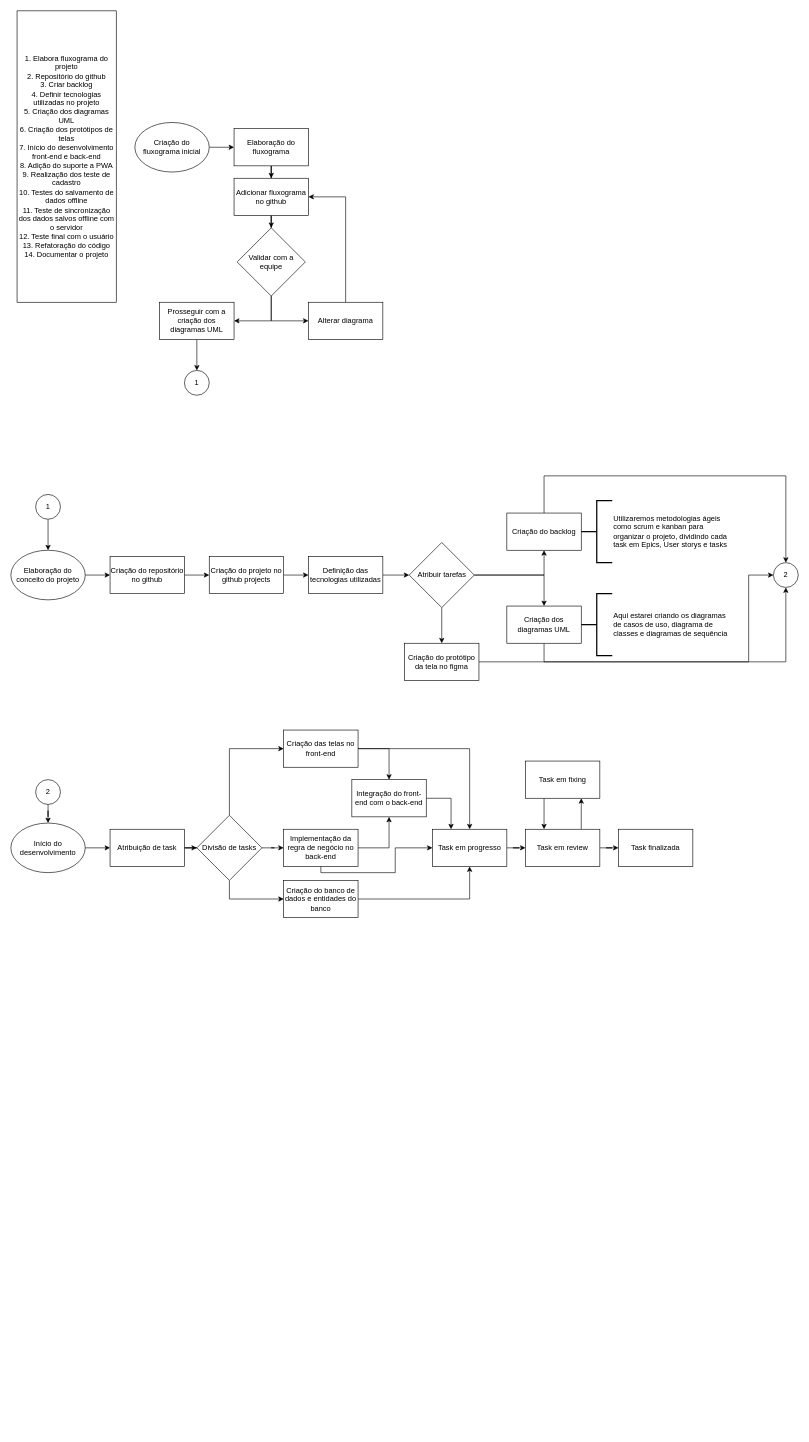
Earlier version of the draw.io diagram Fluxo do projeto.drawio (Fconeto/P.I-3). Source tidied: cells renumbered, new cells numbered last; positions are measured from the earlier drawing's top-left corner, leaving out a move shared by most shapes. Both pictures are drawn from the tidied source at 62%, with x=0, y=0 at pixel (11, 11).
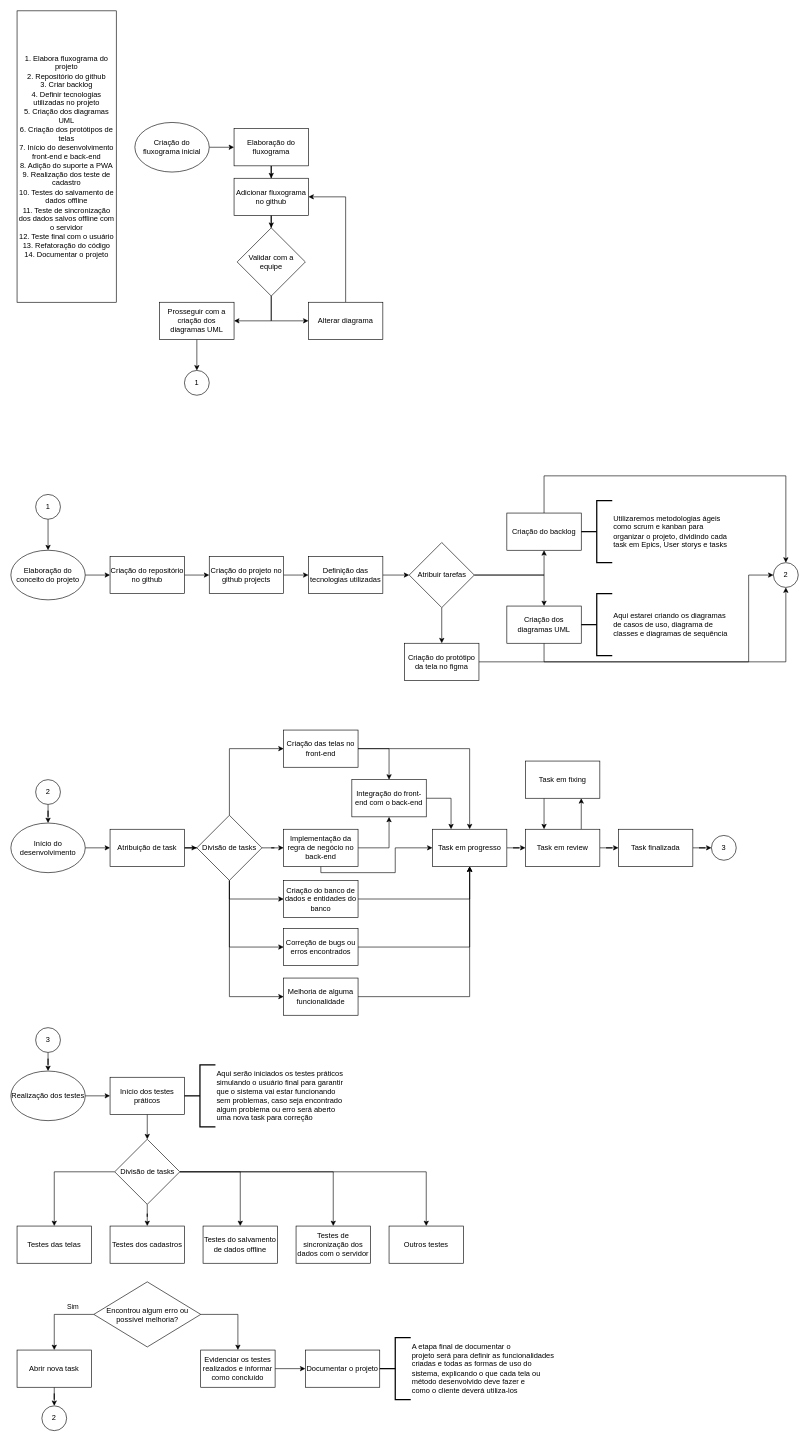
After the change.

Commit message:
Fluxo de testes finalizado

Unchanged cells that the change refers to:
```xml
<mxCell id="57" value="Task em progresso" style="rounded=0;whiteSpace=wrap;html=1;" parent="1" vertex="1">
  <mxGeometry x="680" y="1320" width="120" height="60" as="geometry" />
</mxCell>
<mxCell id="61" value="Task finalizada" style="rounded=0;whiteSpace=wrap;html=1;" parent="1" vertex="1">
  <mxGeometry x="980" y="1320" width="120" height="60" as="geometry" />
</mxCell>
<mxCell id="65" value="Divisão de tasks" style="rhombus;whiteSpace=wrap;html=1;" parent="1" vertex="1">
  <mxGeometry x="300" y="1297.5" width="105" height="105" as="geometry" />
</mxCell>
```

What changed in the source:
```diff
@@
+    <mxCell id="69" style="edgeStyle=orthogonalEdgeStyle;rounded=0;jettySize=auto;html=1;" parent="1" edge="1" source="61" target="72">
+      <mxGeometry relative="1" as="geometry" />
+    </mxCell>
@@
+    <mxCell id="70" style="edgeStyle=orthogonalEdgeStyle;rounded=0;jettySize=auto;html=1;entryX=0;entryY=0.5;entryDx=0;entryDy=0;exitX=0.5;exitY=1;exitDx=0;exitDy=0;" parent="1" edge="1" source="65" target="98">
+      <mxGeometry relative="1" as="geometry" />
+    </mxCell>
+    <mxCell id="71" style="edgeStyle=orthogonalEdgeStyle;rounded=0;jettySize=auto;html=1;entryX=0;entryY=0.5;entryDx=0;entryDy=0;exitX=0.5;exitY=1;exitDx=0;exitDy=0;" parent="1" edge="1" source="65" target="100">
+      <mxGeometry relative="1" as="geometry" />
+    </mxCell>
@@
+    <mxCell id="72" value="3" style="ellipse;whiteSpace=wrap;html=1;" parent="1" vertex="1">
+      <mxGeometry x="1130" y="1330" width="40" height="40" as="geometry" />
+    </mxCell>
+    <mxCell id="73" style="edgeStyle=orthogonalEdgeStyle;rounded=0;jettySize=auto;html=1;" parent="1" edge="1" source="74" target="76">
+      <mxGeometry relative="1" as="geometry" />
+    </mxCell>
+    <mxCell id="74" value="3" style="ellipse;whiteSpace=wrap;html=1;" parent="1" vertex="1">
+      <mxGeometry x="40" y="1640" width="40" height="40" as="geometry" />
+    </mxCell>
+    <mxCell id="75" style="edgeStyle=orthogonalEdgeStyle;rounded=0;jettySize=auto;html=1;" parent="1" edge="1" source="76" target="78">
+      <mxGeometry relative="1" as="geometry" />
+    </mxCell>
+    <mxCell id="76" value="Realização dos testes" style="ellipse;whiteSpace=wrap;html=1;" parent="1" vertex="1">
+      <mxGeometry y="1710" width="120" height="80" as="geometry" />
+    </mxCell>
+    <mxCell id="77" style="edgeStyle=orthogonalEdgeStyle;rounded=0;jettySize=auto;html=1;" parent="1" edge="1" source="78" target="84">
+      <mxGeometry relative="1" as="geometry" />
+    </mxCell>
+    <mxCell id="78" value="Início dos testes práticos" style="rounded=0;whiteSpace=wrap;html=1;" parent="1" vertex="1">
+      <mxGeometry x="160" y="1720" width="120" height="60" as="geometry" />
+    </mxCell>
+    <mxCell id="79" style="edgeStyle=orthogonalEdgeStyle;rounded=0;jettySize=auto;html=1;" parent="1" edge="1" source="84" target="86">
+      <mxGeometry relative="1" as="geometry" />
+    </mxCell>
+    <mxCell id="80" style="edgeStyle=orthogonalEdgeStyle;rounded=0;jettySize=auto;html=1;" parent="1" edge="1" source="84" target="87">
+      <mxGeometry relative="1" as="geometry" />
+    </mxCell>
+    <mxCell id="81" style="edgeStyle=orthogonalEdgeStyle;rounded=0;jettySize=auto;html=1;" parent="1" edge="1" source="84" target="88">
+      <mxGeometry relative="1" as="geometry" />
+    </mxCell>
+    <mxCell id="82" style="edgeStyle=orthogonalEdgeStyle;rounded=0;jettySize=auto;html=1;" parent="1" edge="1" source="84" target="89">
+      <mxGeometry relative="1" as="geometry" />
+    </mxCell>
+    <mxCell id="83" style="edgeStyle=orthogonalEdgeStyle;rounded=0;jettySize=auto;html=1;" parent="1" edge="1" source="84" target="90">
+      <mxGeometry relative="1" as="geometry" />
+    </mxCell>
+    <mxCell id="84" value="Divisão de tasks" style="rhombus;whiteSpace=wrap;html=1;" parent="1" vertex="1">
+      <mxGeometry x="167.5" y="1820" width="105" height="105" as="geometry" />
+    </mxCell>
+    <mxCell id="85" value="Aqui serão iniciados os testes práticos&lt;div&gt;simulando o usuário final para garantir&lt;/div&gt;&lt;div&gt;que o sistema vai estar funcionando&lt;/div&gt;&lt;div&gt;sem problemas, caso seja encontrado&lt;/div&gt;&lt;div&gt;algum problema ou erro será aberto&lt;/div&gt;&lt;div&gt;uma nova task para correção&lt;/div&gt;" style="strokeWidth=2;html=1;shape=mxgraph.flowchart.annotation_2;align=left;labelPosition=right;" parent="1" vertex="1">
+      <mxGeometry x="280" y="1700" width="50" height="100" as="geometry" />
+    </mxCell>
+    <mxCell id="86" value="Testes das telas" style="rounded=0;whiteSpace=wrap;html=1;" parent="1" vertex="1">
+      <mxGeometry x="10" y="1960" width="120" height="60" as="geometry" />
+    </mxCell>
+    <mxCell id="87" value="Testes dos cadastros" style="rounded=0;whiteSpace=wrap;html=1;" parent="1" vertex="1">
+      <mxGeometry x="160" y="1960" width="120" height="60" as="geometry" />
+    </mxCell>
+    <mxCell id="88" value="Testes do salvamento de dados offline" style="rounded=0;whiteSpace=wrap;html=1;" parent="1" vertex="1">
+      <mxGeometry x="310" y="1960" width="120" height="60" as="geometry" />
+    </mxCell>
+    <mxCell id="89" value="Testes de sincronização dos dados com o servidor" style="rounded=0;whiteSpace=wrap;html=1;" parent="1" vertex="1">
+      <mxGeometry x="460" y="1960" width="120" height="60" as="geometry" />
+    </mxCell>
+    <mxCell id="90" value="Outros testes" style="rounded=0;whiteSpace=wrap;html=1;" parent="1" vertex="1">
+      <mxGeometry x="610" y="1960" width="120" height="60" as="geometry" />
+    </mxCell>
+    <mxCell id="91" style="edgeStyle=orthogonalEdgeStyle;rounded=0;jettySize=auto;html=1;entryX=0.5;entryY=0;entryDx=0;entryDy=0;" parent="1" edge="1" source="94" target="96">
+      <mxGeometry relative="1" as="geometry" />
+    </mxCell>
+    <mxCell id="92" value="Sim" style="edgeLabel;html=1;align=center;verticalAlign=middle;" parent="91" vertex="1">
+      <mxGeometry x="-0.32" y="-3" relative="1" as="geometry">
+        <mxPoint x="7" y="-10" as="offset" />
+      </mxGeometry>
+    </mxCell>
+    <mxCell id="93" style="edgeStyle=orthogonalEdgeStyle;rounded=0;jettySize=auto;html=1;exitX=1;exitY=0.5;exitDx=0;exitDy=0;" parent="1" edge="1" source="94" target="103">
+      <mxGeometry relative="1" as="geometry" />
+    </mxCell>
+    <mxCell id="94" value="Encontrou algum erro ou possível melhoria?" style="rhombus;whiteSpace=wrap;html=1;" parent="1" vertex="1">
+      <mxGeometry x="133.8" y="2050" width="172.5" height="105" as="geometry" />
+    </mxCell>
+    <mxCell id="95" style="edgeStyle=orthogonalEdgeStyle;rounded=0;jettySize=auto;html=1;" parent="1" edge="1" source="96" target="101">
+      <mxGeometry relative="1" as="geometry" />
+    </mxCell>
+    <mxCell id="96" value="Abrir nova task" style="rounded=0;whiteSpace=wrap;html=1;" parent="1" vertex="1">
+      <mxGeometry x="10" y="2160" width="120" height="60" as="geometry" />
+    </mxCell>
+    <mxCell id="97" style="edgeStyle=orthogonalEdgeStyle;rounded=0;jettySize=auto;html=1;" parent="1" edge="1" source="98" target="57">
+      <mxGeometry relative="1" as="geometry" />
+    </mxCell>
+    <mxCell id="98" value="Correção de bugs ou erros encontrados" style="rounded=0;whiteSpace=wrap;html=1;" parent="1" vertex="1">
+      <mxGeometry x="440" y="1480" width="120" height="60" as="geometry" />
+    </mxCell>
+    <mxCell id="99" style="edgeStyle=orthogonalEdgeStyle;rounded=0;jettySize=auto;html=1;" parent="1" edge="1" source="100" target="57">
+      <mxGeometry relative="1" as="geometry" />
+    </mxCell>
+    <mxCell id="100" value="Melhoria de alguma funcionalidade" style="rounded=0;whiteSpace=wrap;html=1;" parent="1" vertex="1">
+      <mxGeometry x="440" y="1560" width="120" height="60" as="geometry" />
+    </mxCell>
+    <mxCell id="101" value="2" style="ellipse;whiteSpace=wrap;html=1;" parent="1" vertex="1">
+      <mxGeometry x="50" y="2250" width="40" height="40" as="geometry" />
+    </mxCell>
+    <mxCell id="102" style="edgeStyle=orthogonalEdgeStyle;rounded=0;jettySize=auto;html=1;" parent="1" edge="1" source="103" target="104">
+      <mxGeometry relative="1" as="geometry" />
+    </mxCell>
+    <mxCell id="103" value="Evidenciar os testes realizados e informar como concluído" style="rounded=0;whiteSpace=wrap;html=1;" parent="1" vertex="1">
+      <mxGeometry x="306.2" y="2160" width="120" height="60" as="geometry" />
+    </mxCell>
+    <mxCell id="104" value="Documentar o projeto" style="rounded=0;whiteSpace=wrap;html=1;" parent="1" vertex="1">
+      <mxGeometry x="475" y="2160" width="120" height="60" as="geometry" />
+    </mxCell>
+    <mxCell id="105" value="A etapa final de documentar o&lt;div&gt;projeto será para definir as funcionalidades&lt;/div&gt;&lt;div&gt;criadas e todas as formas de uso do&lt;/div&gt;&lt;div&gt;sistema, explicando o que cada tela ou&lt;/div&gt;&lt;div&gt;método desenvolvido deve fazer e&amp;nbsp;&lt;/div&gt;&lt;div&gt;como o cliente deverá utiliza-los&lt;/div&gt;" style="strokeWidth=2;html=1;shape=mxgraph.flowchart.annotation_2;align=left;labelPosition=right;" parent="1" vertex="1">
+      <mxGeometry x="595" y="2140" width="50" height="100" as="geometry" />
+    </mxCell>
```
